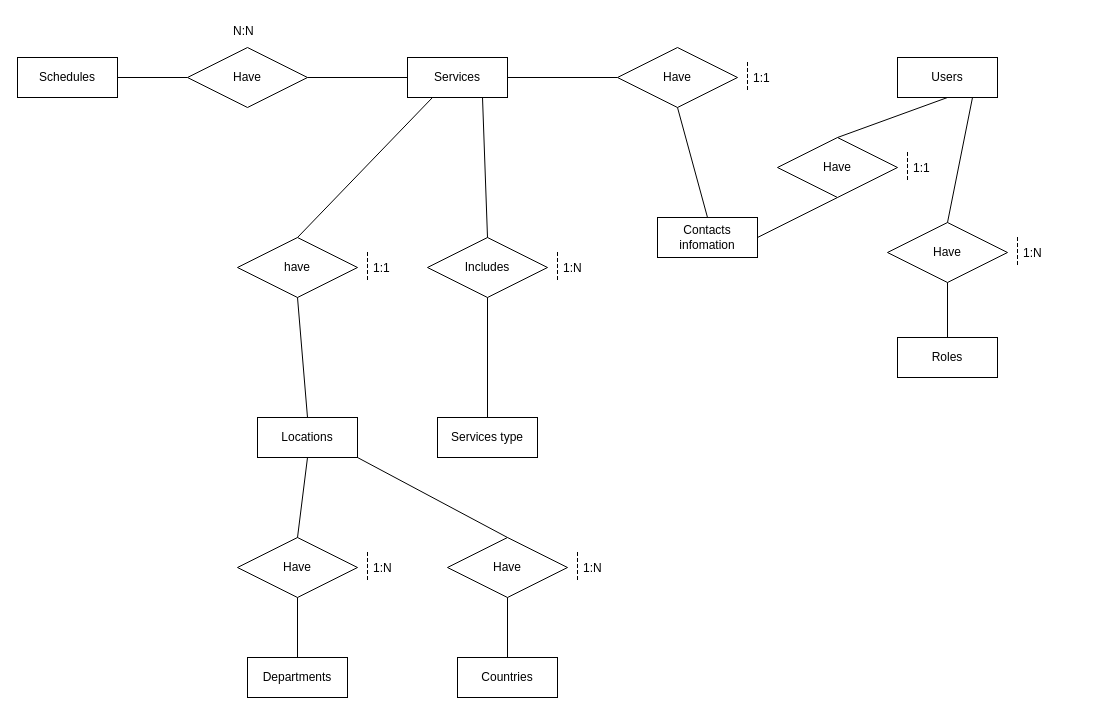
Before: caminoDiagrams/Camino entidad relacion diagrama.drawio in DrDaxter/diagrams, a draw.io diagram. Source tidied: cells renumbered, new cells numbered last; positions are measured from the earlier drawing's top-left corner, leaving out a move shared by most shapes. Both pictures are drawn from the tidied source at 100%, with x=0, y=0 at pixel (17, 17).
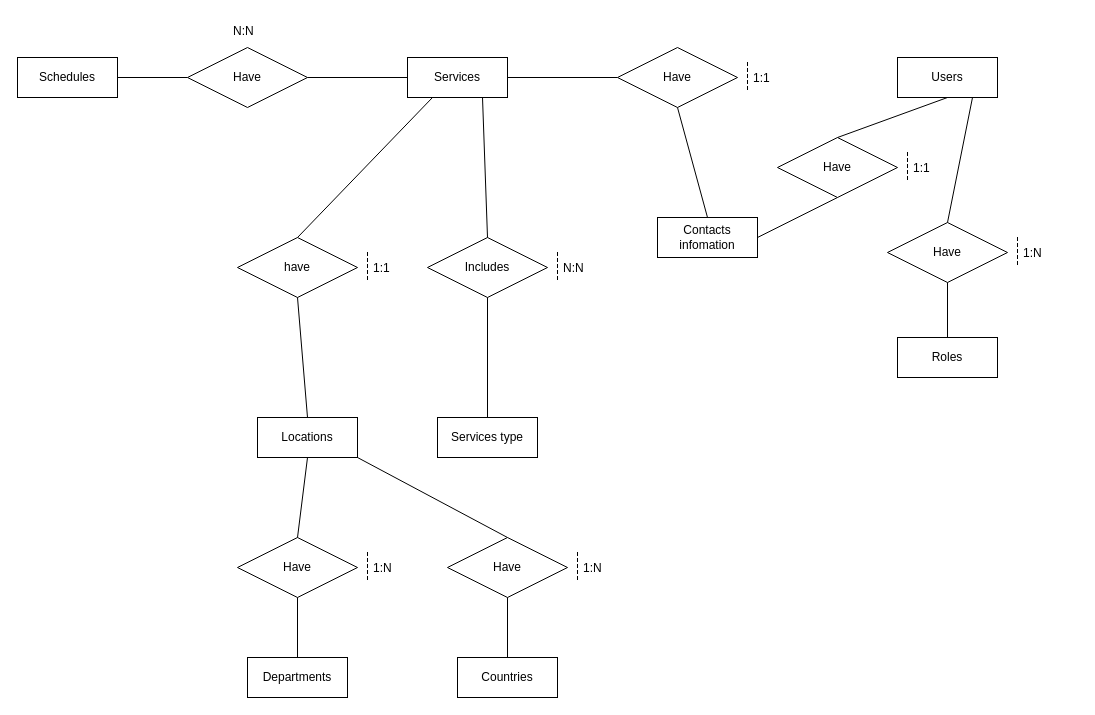
After the change.

What changed in the source:
```diff
@@
-    <mxCell id="14" value="1:N" style="shape=partialRectangle;fillColor=none;align=left;verticalAlign=middle;strokeColor=none;spacingLeft=34;" parent="1" vertex="1">
+    <mxCell id="14" value="N:N" style="shape=partialRectangle;fillColor=none;align=left;verticalAlign=middle;strokeColor=none;spacingLeft=34;" parent="1" vertex="1">
       <mxGeometry x="510" y="235" width="90" height="30" as="geometry" />
     </mxCell>
```
